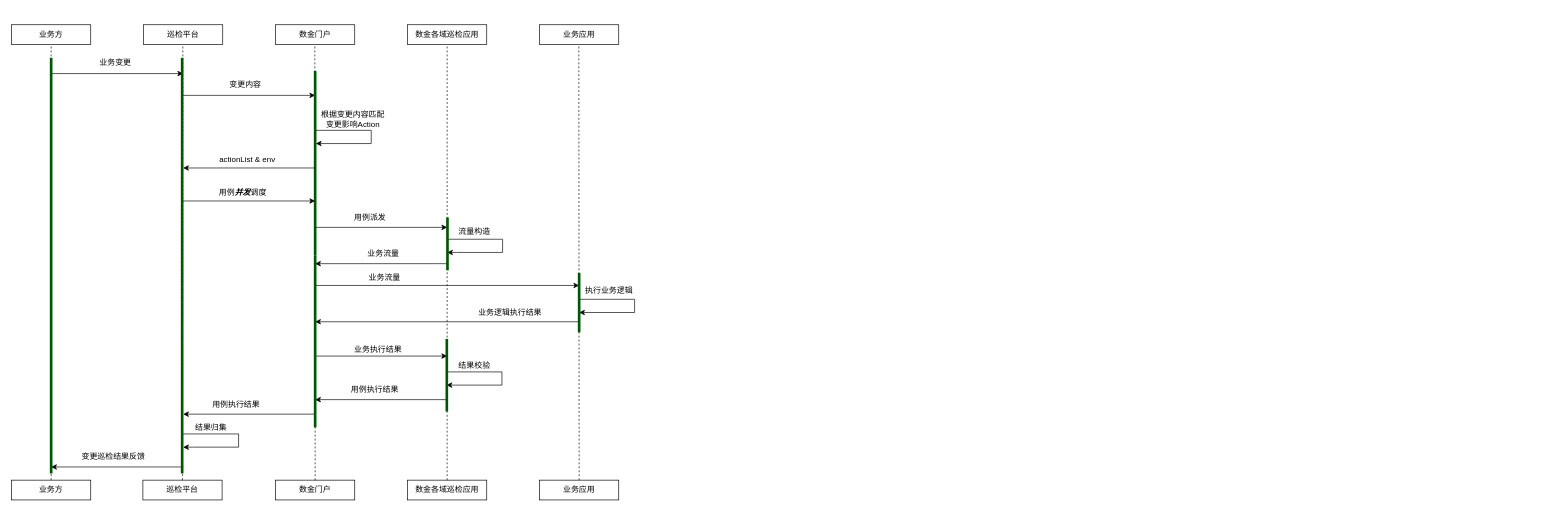
Before: Untitled Diagram.drawio in Hello-Ysheng/pangoo, a draw.io diagram. Source tidied: cells renumbered, new cells numbered last; positions are measured from the earlier drawing's top-left corner, leaving out a move shared by most shapes. Both pictures are drawn from the tidied source at 66%, with x=0, y=0 at pixel (11, 24).
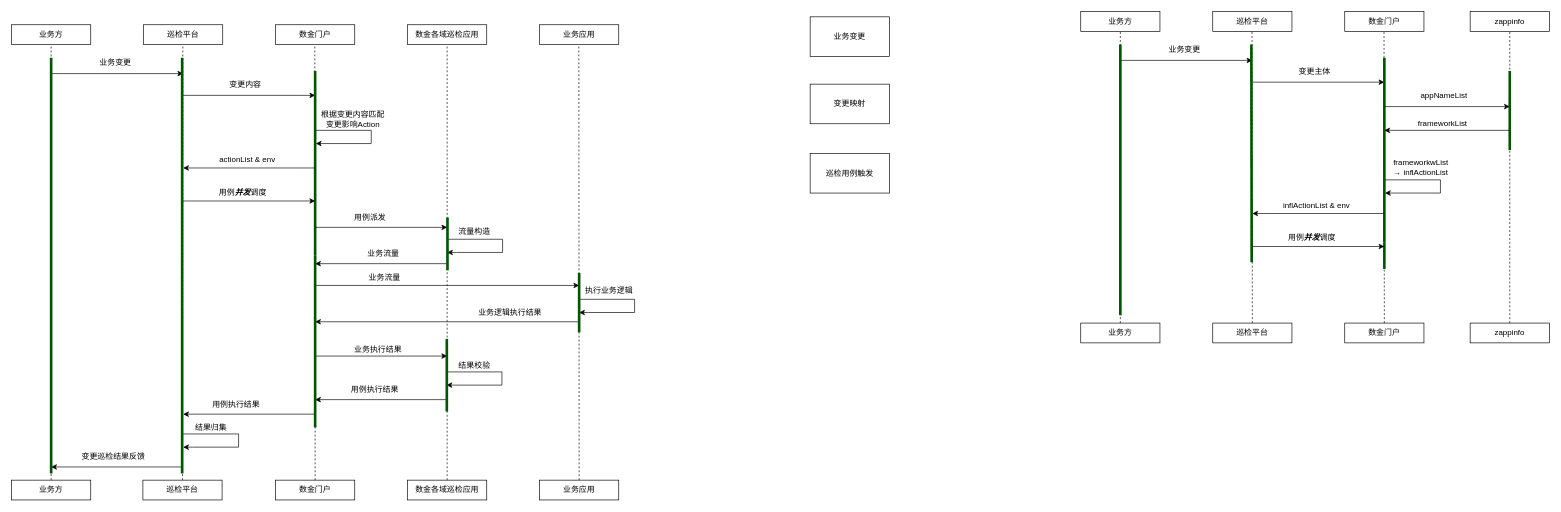
The same diagram, later.

Commit message:
变更巡检映射系分.drawio

The edit, as a diff of the source:
```diff
@@
+    <mxCell id="58" value="业务变更" style="rounded=0;whiteSpace=wrap;html=1;" parent="1" vertex="1">
+      <mxGeometry x="1210" y="-12" width="120" height="60" as="geometry" />
+    </mxCell>
+    <mxCell id="59" value="变更映射" style="rounded=0;whiteSpace=wrap;html=1;" parent="1" vertex="1">
+      <mxGeometry x="1210" y="90" width="120" height="60" as="geometry" />
+    </mxCell>
+    <mxCell id="60" value="巡检用例触发" style="rounded=0;whiteSpace=wrap;html=1;" parent="1" vertex="1">
+      <mxGeometry x="1210" y="195" width="120" height="60" as="geometry" />
+    </mxCell>
+    <mxCell id="61" value="业务方" style="rounded=0;whiteSpace=wrap;html=1;" parent="1" vertex="1">
+      <mxGeometry x="1620" y="-20" width="120" height="30" as="geometry" />
+    </mxCell>
+    <mxCell id="62" value="巡检平台" style="rounded=0;whiteSpace=wrap;html=1;" parent="1" vertex="1">
+      <mxGeometry x="1820" y="-20" width="120" height="30" as="geometry" />
+    </mxCell>
+    <mxCell id="63" value="数金门户" style="rounded=0;whiteSpace=wrap;html=1;" parent="1" vertex="1">
+      <mxGeometry x="2020" y="-20" width="120" height="30" as="geometry" />
+    </mxCell>
+    <mxCell id="64" value="业务方" style="rounded=0;whiteSpace=wrap;html=1;" parent="1" vertex="1">
+      <mxGeometry x="1620" y="452" width="120" height="30" as="geometry" />
+    </mxCell>
+    <mxCell id="65" value="巡检平台" style="rounded=0;whiteSpace=wrap;html=1;" parent="1" vertex="1">
+      <mxGeometry x="1820" y="452" width="120" height="30" as="geometry" />
+    </mxCell>
+    <mxCell id="66" value="数金门户" style="rounded=0;whiteSpace=wrap;html=1;" parent="1" vertex="1">
+      <mxGeometry x="2020" y="452" width="120" height="30" as="geometry" />
+    </mxCell>
+    <mxCell id="67" style="endArrow=none;dashed=1;html=1;rounded=0;exitX=0.5;exitY=0;exitDx=0;exitDy=0;entryX=0.5;entryY=1;entryDx=0;entryDy=0;" parent="1" edge="1" source="64" target="61">
+      <mxGeometry relative="1" as="geometry" />
+    </mxCell>
+    <mxCell id="68" style="endArrow=none;dashed=1;html=1;rounded=0;exitX=0.5;exitY=0;exitDx=0;exitDy=0;entryX=0.5;entryY=1;entryDx=0;entryDy=0;" parent="1" edge="1" source="65">
+      <mxGeometry relative="1" as="geometry">
+        <mxPoint x="1879.5" y="10" as="targetPoint" />
+      </mxGeometry>
+    </mxCell>
+    <mxCell id="69" style="endArrow=none;dashed=1;html=1;rounded=0;exitX=0.5;exitY=0;exitDx=0;exitDy=0;entryX=0.5;entryY=1;entryDx=0;entryDy=0;" parent="1" edge="1" source="66">
+      <mxGeometry relative="1" as="geometry">
+        <mxPoint x="2079.5" y="10" as="targetPoint" />
+      </mxGeometry>
+    </mxCell>
+    <mxCell id="70" style="endArrow=classic;html=1;rounded=0;" parent="1" edge="1">
+      <mxGeometry relative="1" as="geometry">
+        <mxPoint x="1680" y="54" as="sourcePoint" />
+        <mxPoint x="1880" y="54" as="targetPoint" />
+      </mxGeometry>
+    </mxCell>
+    <mxCell id="71" value="业务变更" style="text;html=1;align=center;verticalAlign=middle;strokeColor=none;fillColor=none;" parent="1" vertex="1">
+      <mxGeometry x="1747" y="28" width="60" height="20" as="geometry" />
+    </mxCell>
+    <mxCell id="72" style="endArrow=classic;html=1;rounded=0;" parent="1" edge="1">
+      <mxGeometry relative="1" as="geometry">
+        <mxPoint x="1880" y="87" as="sourcePoint" />
+        <mxPoint x="2080" y="87" as="targetPoint" />
+      </mxGeometry>
+    </mxCell>
+    <mxCell id="73" value="变更主体" style="text;html=1;align=center;verticalAlign=middle;strokeColor=none;fillColor=none;" parent="1" vertex="1">
+      <mxGeometry x="1944" y="61" width="60" height="20" as="geometry" />
+    </mxCell>
+    <mxCell id="74" style="endArrow=none;html=1;rounded=0;strokeWidth=4;fillColor=#008a00;strokeColor=#005700;" parent="1" edge="1">
+      <mxGeometry relative="1" as="geometry">
+        <mxPoint x="1680" y="440" as="sourcePoint" />
+        <mxPoint x="1680" y="30" as="targetPoint" />
+      </mxGeometry>
+    </mxCell>
+    <mxCell id="75" style="endArrow=none;html=1;rounded=0;strokeWidth=4;fillColor=#008a00;strokeColor=#005700;" parent="1" edge="1">
+      <mxGeometry relative="1" as="geometry">
+        <mxPoint x="1879" y="360" as="sourcePoint" />
+        <mxPoint x="1878.5" y="30" as="targetPoint" />
+      </mxGeometry>
+    </mxCell>
+    <mxCell id="76" style="endArrow=none;html=1;rounded=0;strokeWidth=4;fillColor=#008a00;strokeColor=#005700;" parent="1" edge="1">
+      <mxGeometry relative="1" as="geometry">
+        <mxPoint x="2080" y="330" as="sourcePoint" />
+        <mxPoint x="2080" y="50" as="targetPoint" />
+      </mxGeometry>
+    </mxCell>
+    <mxCell id="77" style="endArrow=none;html=1;rounded=0;strokeWidth=4;fillColor=#008a00;strokeColor=#005700;" parent="1" edge="1">
+      <mxGeometry relative="1" as="geometry">
+        <mxPoint x="2080" y="370" as="sourcePoint" />
+        <mxPoint x="2080" y="330" as="targetPoint" />
+      </mxGeometry>
+    </mxCell>
+    <mxCell id="78" style="endArrow=classic;html=1;rounded=0;strokeWidth=1;" parent="1" edge="1">
+      <mxGeometry relative="1" as="geometry">
+        <mxPoint x="2080" y="286" as="sourcePoint" />
+        <mxPoint x="1880" y="286" as="targetPoint" />
+      </mxGeometry>
+    </mxCell>
+    <mxCell id="79" value="inflActionList &amp;amp; env" style="text;html=1;align=center;verticalAlign=middle;strokeColor=none;fillColor=none;" parent="1" vertex="1">
+      <mxGeometry x="1917" y="264" width="120" height="20" as="geometry" />
+    </mxCell>
+    <mxCell id="80" style="endArrow=classic;html=1;rounded=0;strokeWidth=1;" parent="1" edge="1">
+      <mxGeometry relative="1" as="geometry">
+        <mxPoint x="1880" y="336" as="sourcePoint" />
+        <mxPoint x="2080" y="336" as="targetPoint" />
+      </mxGeometry>
+    </mxCell>
+    <mxCell id="81" value="用例&lt;b&gt;&lt;i&gt;并发&lt;/i&gt;&lt;/b&gt;调度" style="text;html=1;align=center;verticalAlign=middle;strokeColor=none;fillColor=none;" parent="1" vertex="1">
+      <mxGeometry x="1925" y="313" width="90" height="20" as="geometry" />
+    </mxCell>
+    <mxCell id="82" style="endArrow=classic;html=1;rounded=0;edgeStyle=orthogonalEdgeStyle;" parent="1" edge="1">
+      <mxGeometry relative="1" as="geometry">
+        <mxPoint x="2081" y="235" as="sourcePoint" />
+        <mxPoint x="2081" y="255" as="targetPoint" />
+        <Array as="points">
+          <mxPoint x="2165" y="235" />
+          <mxPoint x="2165" y="255" />
+          <mxPoint x="2095" y="255" />
+        </Array>
+      </mxGeometry>
+    </mxCell>
+    <mxCell id="83" value="frameworkwList &lt;br&gt;→ inflActionList" style="text;html=1;align=center;verticalAlign=middle;strokeColor=none;fillColor=none;" parent="1" vertex="1">
+      <mxGeometry x="2085" y="201" width="100" height="30" as="geometry" />
+    </mxCell>
+    <mxCell id="84" value="zappinfo" style="rounded=0;whiteSpace=wrap;html=1;" parent="1" vertex="1">
+      <mxGeometry x="2210" y="-20" width="120" height="30" as="geometry" />
+    </mxCell>
+    <mxCell id="85" value="zappinfo" style="rounded=0;whiteSpace=wrap;html=1;" parent="1" vertex="1">
+      <mxGeometry x="2210" y="452" width="120" height="30" as="geometry" />
+    </mxCell>
+    <mxCell id="86" style="endArrow=none;dashed=1;html=1;rounded=0;exitX=0.5;exitY=0;exitDx=0;exitDy=0;entryX=0.5;entryY=1;entryDx=0;entryDy=0;" parent="1" edge="1" source="85" target="84">
+      <mxGeometry relative="1" as="geometry" />
+    </mxCell>
+    <mxCell id="87" style="endArrow=none;html=1;rounded=0;strokeWidth=4;fillColor=#008a00;strokeColor=#005700;" parent="1" edge="1">
+      <mxGeometry relative="1" as="geometry">
+        <mxPoint x="2270" y="190" as="sourcePoint" />
+        <mxPoint x="2270" y="70" as="targetPoint" />
+      </mxGeometry>
+    </mxCell>
+    <mxCell id="88" style="endArrow=classic;html=1;rounded=0;" parent="1" edge="1">
+      <mxGeometry relative="1" as="geometry">
+        <mxPoint x="2080" y="124" as="sourcePoint" />
+        <mxPoint x="2270" y="124" as="targetPoint" />
+      </mxGeometry>
+    </mxCell>
+    <mxCell id="89" value="appNameList" style="text;html=1;align=center;verticalAlign=middle;strokeColor=none;fillColor=none;" parent="1" vertex="1">
+      <mxGeometry x="2125" y="98" width="90" height="20" as="geometry" />
+    </mxCell>
+    <mxCell id="90" style="endArrow=classic;html=1;rounded=0;" parent="1" edge="1">
+      <mxGeometry relative="1" as="geometry">
+        <mxPoint x="2270" y="160" as="sourcePoint" />
+        <mxPoint x="2080" y="160" as="targetPoint" />
+      </mxGeometry>
+    </mxCell>
+    <mxCell id="91" value="frameworkList" style="text;html=1;align=center;verticalAlign=middle;strokeColor=none;fillColor=none;" parent="1" vertex="1">
+      <mxGeometry x="2123" y="140" width="90" height="20" as="geometry" />
+    </mxCell>
```
